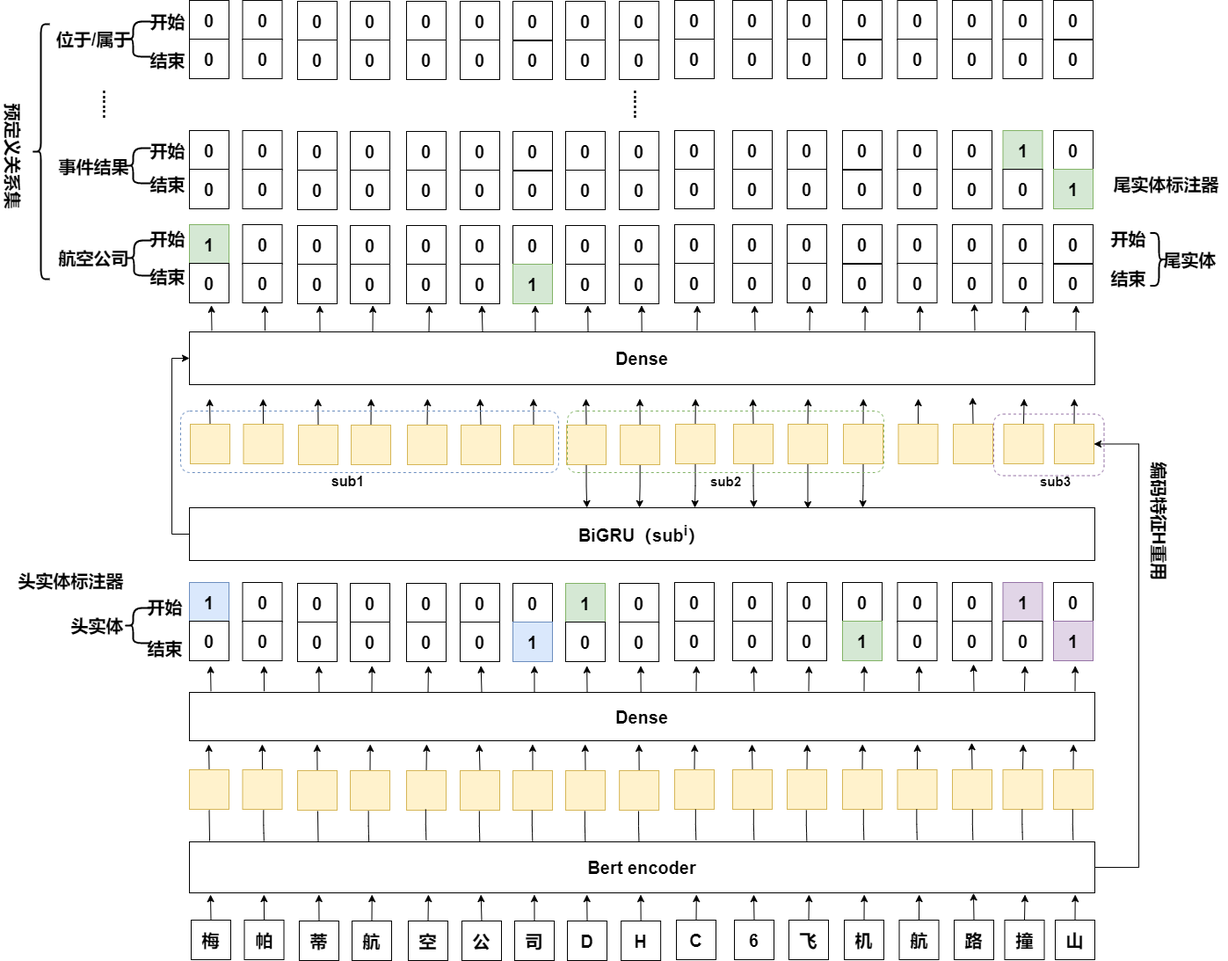
This is 分层序列标注流程图.png from bigbigkid/begin_one, a draw.io export, as it was before one commit. Source tidied: cells renumbered, new cells last; positions are measured from the earlier drawing's top-left corner, leaving out a move shared by most shapes.
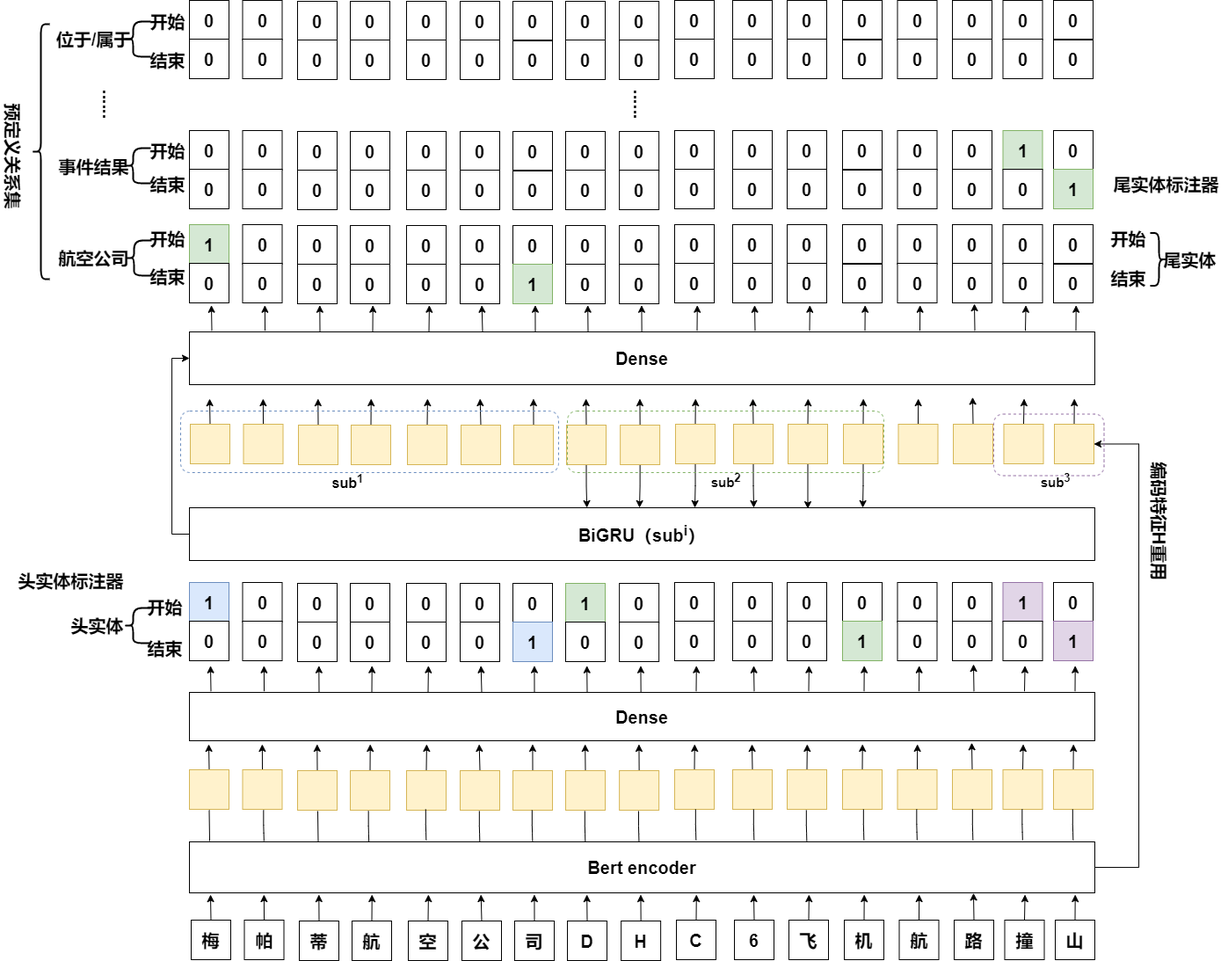
After the commit.

Commit message:
Update 分层序列标注流程图.png

What changed in the source:
```diff
@@ -1040,20 +1040,20 @@
     <mxCell id="296" style="rounded=1;whiteSpace=wrap;html=1;strokeColor=#6c8ebf;fillColor=none;dashed=1;" parent="1" vertex="1">
       <mxGeometry x="260" y="467" width="430" height="70" as="geometry" />
     </mxCell>
-    <mxCell id="297" value="&lt;b&gt;&lt;font style=&quot;font-size: 16px&quot;&gt;sub1&lt;/font&gt;&lt;/b&gt;" style="text;html=1;align=center;verticalAlign=middle;" parent="1" vertex="1">
-      <mxGeometry x="425" y="537" width="50" height="20" as="geometry" />
+    <mxCell id="297" value="&lt;b&gt;&lt;font style=&quot;font-size: 16px&quot;&gt;sub&lt;sup&gt;1&lt;/sup&gt;&lt;/font&gt;&lt;/b&gt;" style="text;html=1;align=center;verticalAlign=middle;" parent="1" vertex="1">
+      <mxGeometry x="425" y="532" width="50" height="30" as="geometry" />
     </mxCell>
     <mxCell id="298" style="rounded=1;whiteSpace=wrap;html=1;dashed=1;strokeColor=#82b366;fillColor=none;" parent="1" vertex="1">
       <mxGeometry x="700" y="467" width="360" height="70" as="geometry" />
     </mxCell>
-    <mxCell id="299" value="&lt;b&gt;&lt;font style=&quot;font-size: 15px&quot;&gt;sub2&lt;/font&gt;&lt;/b&gt;" style="text;html=1;align=center;verticalAlign=middle;" parent="1" vertex="1">
-      <mxGeometry x="855" y="537" width="50" height="20" as="geometry" />
+    <mxCell id="299" value="&lt;b&gt;&lt;font style=&quot;font-size: 15px&quot;&gt;sub&lt;sup&gt;2&lt;/sup&gt;&lt;/font&gt;&lt;/b&gt;" style="text;html=1;align=center;verticalAlign=middle;" parent="1" vertex="1">
+      <mxGeometry x="855" y="532" width="50" height="30" as="geometry" />
     </mxCell>
     <mxCell id="300" style="rounded=1;whiteSpace=wrap;html=1;dashed=1;strokeColor=#9673a6;fillColor=none;" parent="1" vertex="1">
       <mxGeometry x="1185" y="470.5" width="125.5" height="70" as="geometry" />
     </mxCell>
-    <mxCell id="301" value="&lt;b&gt;&lt;font style=&quot;font-size: 15px&quot;&gt;sub3&lt;/font&gt;&lt;/b&gt;" style="text;html=1;align=center;verticalAlign=middle;" parent="1" vertex="1">
-      <mxGeometry x="1230" y="537" width="50" height="20" as="geometry" />
+    <mxCell id="301" value="&lt;b&gt;&lt;font style=&quot;font-size: 15px&quot;&gt;sub&lt;sup&gt;3&lt;/sup&gt;&lt;/font&gt;&lt;/b&gt;" style="text;html=1;align=center;verticalAlign=middle;" parent="1" vertex="1">
+      <mxGeometry x="1230" y="532" width="50" height="30" as="geometry" />
     </mxCell>
     <mxCell id="302" value="&lt;font style=&quot;font-size: 20px;&quot;&gt;......&lt;/font&gt;" style="text;html=1;align=center;verticalAlign=middle;fontSize=20;fontStyle=1;rotation=90;" parent="1" vertex="1">
       <mxGeometry x="758.6" y="103" width="50" height="30" as="geometry" />
```
